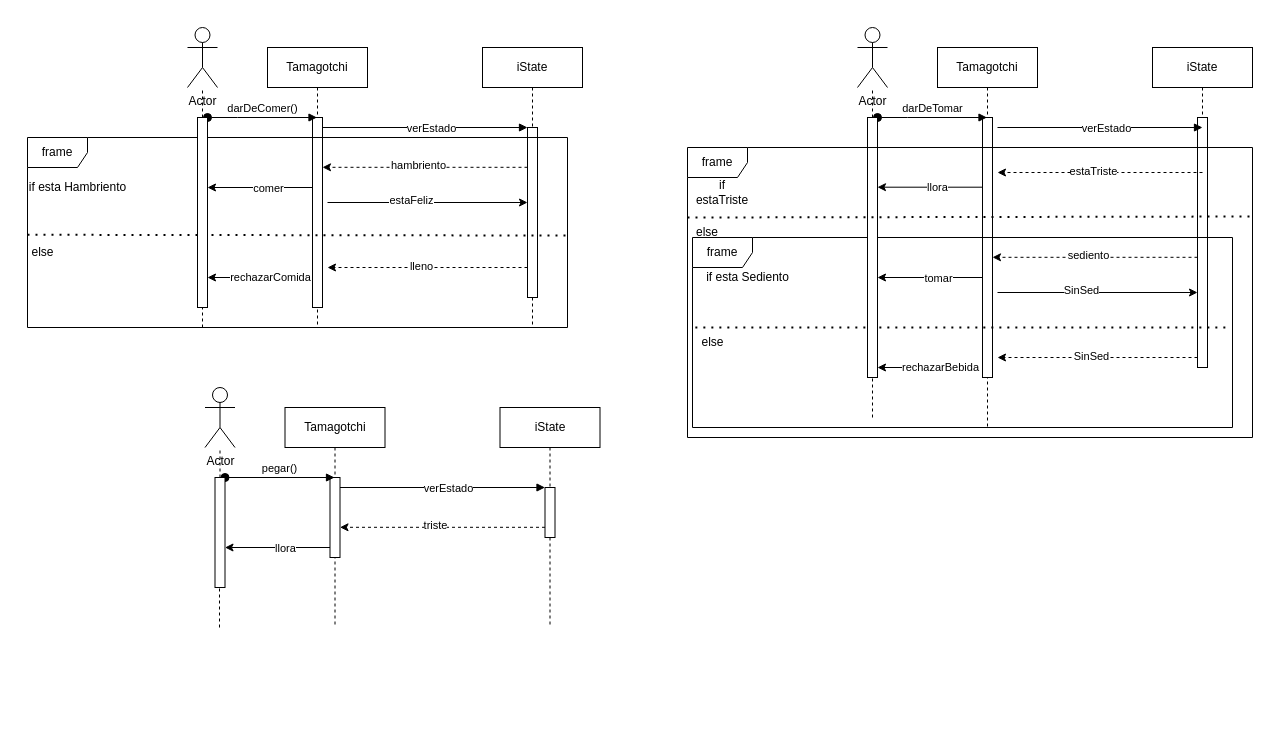
The draw.io diagram tamagotchi.drawio in ilutteri/PR2, before the edit. Source tidied: cells renumbered, new cells numbered last; positions are measured from the earlier drawing's top-left corner, leaving out a move shared by most shapes. Both pictures are drawn from the tidied source at 100%, with x=0, y=0 at pixel (17, 27).
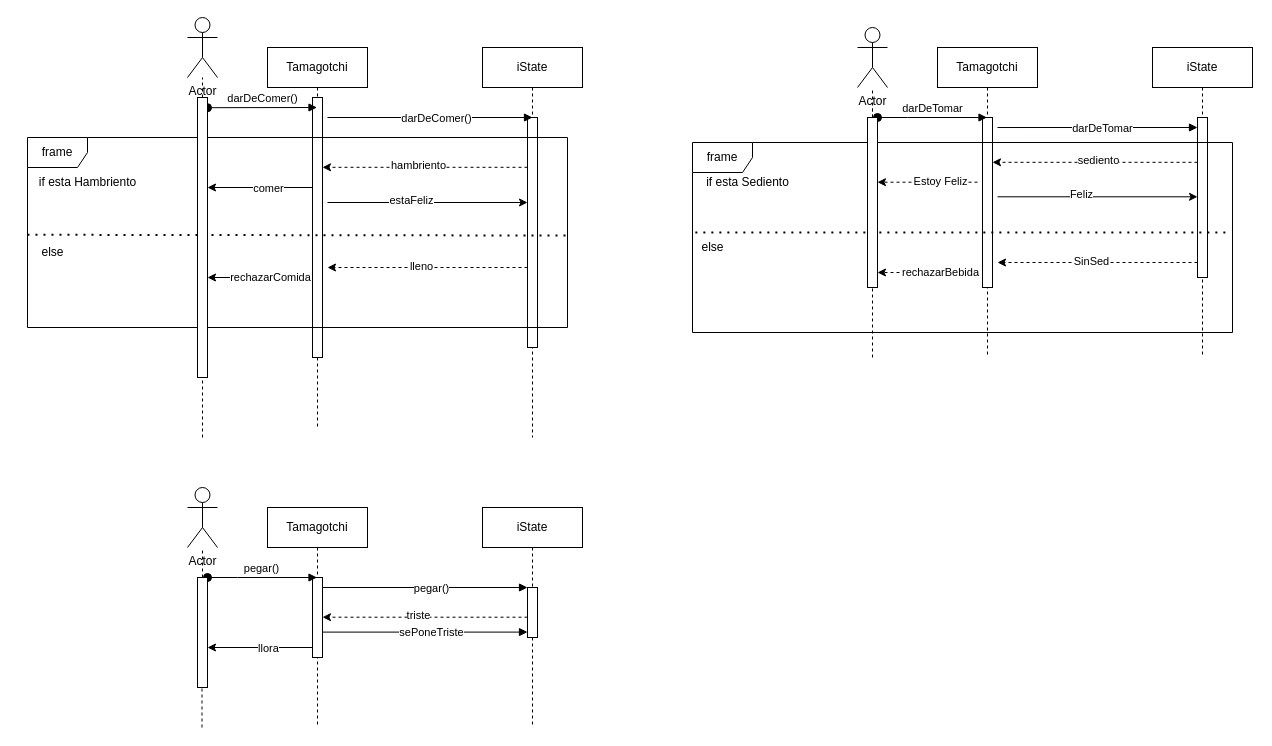
Above is the later version.

Unchanged cells that the change refers to:
```xml
<mxCell id="28" style="html=1;points=[];perimeter=orthogonalPerimeter;outlineConnect=0;targetShapes=umlLifeline;portConstraint=eastwest;newEdgeStyle={&quot;edgeStyle&quot;:&quot;elbowEdgeStyle&quot;,&quot;elbow&quot;:&quot;vertical&quot;,&quot;curved&quot;:0,&quot;rounded&quot;:0};" parent="27" vertex="1">
  <mxGeometry x="45" y="70" width="10" height="80" as="geometry" />
</mxCell>
<mxCell id="30" style="html=1;points=[];perimeter=orthogonalPerimeter;outlineConnect=0;targetShapes=umlLifeline;portConstraint=eastwest;newEdgeStyle={&quot;edgeStyle&quot;:&quot;elbowEdgeStyle&quot;,&quot;elbow&quot;:&quot;vertical&quot;,&quot;curved&quot;:0,&quot;rounded&quot;:0};" parent="29" vertex="1">
  <mxGeometry x="45" y="80" width="10" height="50" as="geometry" />
</mxCell>
```

The edit, as a diff of the source:
```diff
@@
     <mxCell id="2" value="Tamagotchi" style="shape=umlLifeline;perimeter=lifelinePerimeter;whiteSpace=wrap;html=1;outlineConnect=0;portConstraint=eastwest;newEdgeStyle={&quot;edgeStyle&quot;:&quot;elbowEdgeStyle&quot;,&quot;elbow&quot;:&quot;vertical&quot;,&quot;curved&quot;:0,&quot;rounded&quot;:0};" parent="1" vertex="1">
-      <mxGeometry x="250" y="20" width="100" height="280" as="geometry" />
+      <mxGeometry x="250" y="20" width="100" height="380" as="geometry" />
     </mxCell>
     <mxCell id="3" style="html=1;points=[];perimeter=orthogonalPerimeter;outlineConnect=0;targetShapes=umlLifeline;portConstraint=eastwest;newEdgeStyle={&quot;edgeStyle&quot;:&quot;elbowEdgeStyle&quot;,&quot;elbow&quot;:&quot;vertical&quot;,&quot;curved&quot;:0,&quot;rounded&quot;:0};" parent="2" vertex="1">
-      <mxGeometry x="45" y="70" width="10" height="190" as="geometry" />
+      <mxGeometry x="45" y="50" width="10" height="260" as="geometry" />
     </mxCell>
     <mxCell id="4" value="iState" style="shape=umlLifeline;perimeter=lifelinePerimeter;whiteSpace=wrap;html=1;newEdgeStyle={&quot;edgeStyle&quot;:&quot;elbowEdgeStyle&quot;,&quot;elbow&quot;:&quot;vertical&quot;,&quot;curved&quot;:0,&quot;rounded&quot;:0};" parent="1" vertex="1">
-      <mxGeometry x="465" y="20" width="100" height="280" as="geometry" />
+      <mxGeometry x="465" y="20" width="100" height="390" as="geometry" />
     </mxCell>
     <mxCell id="5" style="html=1;points=[];perimeter=orthogonalPerimeter;outlineConnect=0;targetShapes=umlLifeline;portConstraint=eastwest;newEdgeStyle={&quot;edgeStyle&quot;:&quot;elbowEdgeStyle&quot;,&quot;elbow&quot;:&quot;vertical&quot;,&quot;curved&quot;:0,&quot;rounded&quot;:0};" parent="4" vertex="1">
-      <mxGeometry x="45" y="80" width="10" height="170" as="geometry" />
+      <mxGeometry x="45" y="70" width="10" height="230" as="geometry" />
     </mxCell>
-    <mxCell id="6" style="html=1;verticalAlign=bottom;endArrow=block;edgeStyle=elbowEdgeStyle;elbow=vertical;curved=0;rounded=0;" parent="1" edge="1" source="3" target="5">
-      <mxGeometry relative="1" as="geometry">
-        <Array as="points">
-          <mxPoint x="425" y="100" />
-        </Array>
-      </mxGeometry>
-    </mxCell>
-    <mxCell id="7" value="verEstado" style="edgeLabel;html=1;align=center;verticalAlign=middle;" parent="6" vertex="1">
-      <mxGeometry x="0.05" relative="1" as="geometry" />
-    </mxCell>
     <mxCell id="8" value="Actor" style="shape=umlActor;verticalLabelPosition=bottom;verticalAlign=top;html=1;outlineConnect=0;" parent="1" vertex="1">
-      <mxGeometry x="170" width="30" height="60" as="geometry" />
+      <mxGeometry x="170" y="-10" width="30" height="60" as="geometry" />
     </mxCell>
@@
-    <mxCell id="10" value="darDeComer()" style="html=1;verticalAlign=bottom;startArrow=oval;endArrow=block;startSize=8;edgeStyle=elbowEdgeStyle;elbow=vertical;curved=0;rounded=0;" parent="1" edge="1" target="2">
+    <mxCell id="10" value="darDeComer()" style="html=1;verticalAlign=bottom;startArrow=oval;endArrow=block;startSize=8;edgeStyle=elbowEdgeStyle;elbow=vertical;curved=0;rounded=0;" parent="1" edge="1">
       <mxGeometry relative="1" as="geometry">
-        <mxPoint x="190" y="90" as="sourcePoint" />
+        <mxPoint x="190" y="80.2" as="sourcePoint" />
+        <mxPoint x="299.5" y="80" as="targetPoint" />
       </mxGeometry>
     </mxCell>
     <mxCell id="11" value="if esta Hambriento" style="text;html=1;align=center;verticalAlign=middle;strokeColor=none;fillColor=none;" parent="1" vertex="1">
-      <mxGeometry y="145" width="120" height="30" as="geometry" />
+      <mxGeometry x="10" y="140" width="120" height="30" as="geometry" />
     </mxCell>
@@
     <mxCell id="15" value="else" style="text;html=1;align=center;verticalAlign=middle;strokeColor=none;fillColor=none;" parent="1" vertex="1">
-      <mxGeometry y="210" width="50" height="30" as="geometry" />
+      <mxGeometry x="10" y="210" width="50" height="30" as="geometry" />
     </mxCell>
@@
-    <mxCell id="17" style="endArrow=classic;html=1;rounded=0;" parent="1" edge="1" source="3">
+    <mxCell id="17" style="endArrow=classic;html=1;rounded=0;" parent="1" edge="1">
       <mxGeometry relative="1" as="geometry">
+        <mxPoint x="295" y="160" as="sourcePoint" />
         <mxPoint x="190" y="160" as="targetPoint" />
       </mxGeometry>
     </mxCell>
@@
-    <mxCell id="19" style="endArrow=classic;html=1;rounded=0;" parent="1" edge="1" target="5">
+    <mxCell id="19" style="endArrow=classic;html=1;rounded=0;" parent="1" edge="1">
       <mxGeometry relative="1" as="geometry">
         <mxPoint x="310" y="175" as="sourcePoint" />
+        <mxPoint x="510" y="175" as="targetPoint" />
       </mxGeometry>
     </mxCell>
@@
     <mxCell id="21" style="endArrow=classic;html=1;rounded=0;dashed=1;" parent="1" edge="1">
       <mxGeometry relative="1" as="geometry">
         <mxPoint x="510" y="240" as="sourcePoint" />
         <mxPoint x="310" y="240" as="targetPoint" />
+        <Array as="points">
+          <mxPoint x="410" y="240" />
+        </Array>
       </mxGeometry>
     </mxCell>
@@
     <mxCell id="23" style="endArrow=none;dashed=1;html=1;rounded=0;" parent="1" edge="1" target="24">
       <mxGeometry relative="1" as="geometry">
-        <mxPoint x="185" y="300" as="sourcePoint" />
+        <mxPoint x="185" y="410" as="sourcePoint" />
       </mxGeometry>
     </mxCell>
     <mxCell id="24" style="html=1;points=[];perimeter=orthogonalPerimeter;outlineConnect=0;targetShapes=umlLifeline;portConstraint=eastwest;newEdgeStyle={&quot;edgeStyle&quot;:&quot;elbowEdgeStyle&quot;,&quot;elbow&quot;:&quot;vertical&quot;,&quot;curved&quot;:0,&quot;rounded&quot;:0};" parent="1" vertex="1">
-      <mxGeometry x="180" y="90" width="10" height="190" as="geometry" />
+      <mxGeometry x="180" y="70" width="10" height="280" as="geometry" />
     </mxCell>
@@
     <mxCell id="27" value="Tamagotchi" style="shape=umlLifeline;perimeter=lifelinePerimeter;whiteSpace=wrap;html=1;outlineConnect=0;portConstraint=eastwest;newEdgeStyle={&quot;edgeStyle&quot;:&quot;elbowEdgeStyle&quot;,&quot;elbow&quot;:&quot;vertical&quot;,&quot;curved&quot;:0,&quot;rounded&quot;:0};" parent="1" vertex="1">
-      <mxGeometry x="267.5" y="380" width="100" height="220" as="geometry" />
+      <mxGeometry x="250" y="480" width="100" height="220" as="geometry" />
     </mxCell>
@@
     <mxCell id="29" value="iState" style="shape=umlLifeline;perimeter=lifelinePerimeter;whiteSpace=wrap;html=1;newEdgeStyle={&quot;edgeStyle&quot;:&quot;elbowEdgeStyle&quot;,&quot;elbow&quot;:&quot;vertical&quot;,&quot;curved&quot;:0,&quot;rounded&quot;:0};" parent="1" vertex="1">
-      <mxGeometry x="482.5" y="380" width="100" height="220" as="geometry" />
+      <mxGeometry x="465" y="480" width="100" height="220" as="geometry" />
     </mxCell>
@@
     <mxCell id="31" style="html=1;verticalAlign=bottom;endArrow=block;edgeStyle=elbowEdgeStyle;elbow=vertical;curved=0;rounded=0;" parent="1" edge="1" source="28" target="30">
       <mxGeometry relative="1" as="geometry">
         <Array as="points">
-          <mxPoint x="442.5" y="460" />
+          <mxPoint x="425" y="560" />
         </Array>
       </mxGeometry>
     </mxCell>
-    <mxCell id="32" value="verEstado" style="edgeLabel;html=1;align=center;verticalAlign=middle;" parent="31" vertex="1">
+    <mxCell id="32" value="pegar()" style="edgeLabel;html=1;align=center;verticalAlign=middle;" parent="31" vertex="1">
       <mxGeometry x="0.05" relative="1" as="geometry" />
     </mxCell>
     <mxCell id="33" value="Actor" style="shape=umlActor;verticalLabelPosition=bottom;verticalAlign=top;html=1;outlineConnect=0;" parent="1" vertex="1">
-      <mxGeometry x="187.5" y="360" width="30" height="60" as="geometry" />
+      <mxGeometry x="170" y="460" width="30" height="60" as="geometry" />
     </mxCell>
     <mxCell id="34" value="pegar()" style="html=1;verticalAlign=bottom;startArrow=oval;endArrow=block;startSize=8;edgeStyle=elbowEdgeStyle;elbow=vertical;curved=0;rounded=0;" parent="1" edge="1" target="27">
       <mxGeometry x="-0.01" relative="1" as="geometry">
-        <mxPoint x="207.5" y="450" as="sourcePoint" />
+        <mxPoint x="190" y="550" as="sourcePoint" />
       </mxGeometry>
     </mxCell>
     <mxCell id="35" style="endArrow=classic;html=1;rounded=0;dashed=1;" parent="1" edge="1">
       <mxGeometry relative="1" as="geometry">
-        <mxPoint x="527.5" y="499.8" as="sourcePoint" />
-        <mxPoint x="322.5" y="499.8" as="targetPoint" />
+        <mxPoint x="510" y="589.7" as="sourcePoint" />
+        <mxPoint x="305" y="589.7" as="targetPoint" />
       </mxGeometry>
     </mxCell>
@@
-    <mxCell id="37" style="endArrow=none;dashed=1;html=1;rounded=0;" parent="1" edge="1" source="41" target="33">
-      <mxGeometry relative="1" as="geometry" />
+    <mxCell id="37" style="endArrow=none;dashed=1;html=1;rounded=0;" parent="1" edge="1" source="41">
+      <mxGeometry relative="1" as="geometry">
+        <mxPoint x="185" y="520" as="targetPoint" />
+      </mxGeometry>
     </mxCell>
     <mxCell id="38" style="endArrow=classic;html=1;rounded=0;" parent="1" edge="1" source="28">
       <mxGeometry relative="1" as="geometry">
-        <mxPoint x="207.5" y="520" as="targetPoint" />
+        <mxPoint x="190" y="620" as="targetPoint" />
       </mxGeometry>
     </mxCell>
@@
     <mxCell id="40" style="endArrow=none;dashed=1;html=1;rounded=0;" parent="1" edge="1" target="41">
       <mxGeometry relative="1" as="geometry">
-        <mxPoint x="202" y="600" as="sourcePoint" />
+        <mxPoint x="184.5" y="700" as="sourcePoint" />
       </mxGeometry>
     </mxCell>
     <mxCell id="41" style="html=1;points=[];perimeter=orthogonalPerimeter;outlineConnect=0;targetShapes=umlLifeline;portConstraint=eastwest;newEdgeStyle={&quot;edgeStyle&quot;:&quot;elbowEdgeStyle&quot;,&quot;elbow&quot;:&quot;vertical&quot;,&quot;curved&quot;:0,&quot;rounded&quot;:0};" parent="1" vertex="1">
-      <mxGeometry x="197.5" y="450" width="10" height="110" as="geometry" />
+      <mxGeometry x="180" y="550" width="10" height="110" as="geometry" />
     </mxCell>
     <mxCell id="42" value="Tamagotchi" style="shape=umlLifeline;perimeter=lifelinePerimeter;whiteSpace=wrap;html=1;outlineConnect=0;portConstraint=eastwest;newEdgeStyle={&quot;edgeStyle&quot;:&quot;elbowEdgeStyle&quot;,&quot;elbow&quot;:&quot;vertical&quot;,&quot;curved&quot;:0,&quot;rounded&quot;:0};" parent="1" vertex="1">
-      <mxGeometry x="920" y="20" width="100" height="380" as="geometry" />
+      <mxGeometry x="920" y="20" width="100" height="310" as="geometry" />
     </mxCell>
     <mxCell id="43" style="html=1;points=[];perimeter=orthogonalPerimeter;outlineConnect=0;targetShapes=umlLifeline;portConstraint=eastwest;newEdgeStyle={&quot;edgeStyle&quot;:&quot;elbowEdgeStyle&quot;,&quot;elbow&quot;:&quot;vertical&quot;,&quot;curved&quot;:0,&quot;rounded&quot;:0};" parent="42" vertex="1">
-      <mxGeometry x="45" y="70" width="10" height="260" as="geometry" />
+      <mxGeometry x="45" y="70" width="10" height="170" as="geometry" />
     </mxCell>
     <mxCell id="44" value="iState" style="shape=umlLifeline;perimeter=lifelinePerimeter;whiteSpace=wrap;html=1;newEdgeStyle={&quot;edgeStyle&quot;:&quot;elbowEdgeStyle&quot;,&quot;elbow&quot;:&quot;vertical&quot;,&quot;curved&quot;:0,&quot;rounded&quot;:0};" parent="1" vertex="1">
-      <mxGeometry x="1135" y="20" width="100" height="320" as="geometry" />
+      <mxGeometry x="1135" y="20" width="100" height="310" as="geometry" />
     </mxCell>
     <mxCell id="45" style="html=1;points=[];perimeter=orthogonalPerimeter;outlineConnect=0;targetShapes=umlLifeline;portConstraint=eastwest;newEdgeStyle={&quot;edgeStyle&quot;:&quot;elbowEdgeStyle&quot;,&quot;elbow&quot;:&quot;vertical&quot;,&quot;curved&quot;:0,&quot;rounded&quot;:0};" parent="44" vertex="1">
-      <mxGeometry x="45" y="70" width="10" height="250" as="geometry" />
+      <mxGeometry x="45" y="70" width="10" height="160" as="geometry" />
     </mxCell>
-    <mxCell id="46" style="html=1;verticalAlign=bottom;endArrow=block;edgeStyle=elbowEdgeStyle;elbow=vertical;curved=0;rounded=0;" parent="1" edge="1">
+    <mxCell id="46" style="html=1;verticalAlign=bottom;endArrow=block;edgeStyle=elbowEdgeStyle;elbow=vertical;curved=0;rounded=0;exitX=1.5;exitY=0.059;exitDx=0;exitDy=0;exitPerimeter=0;" parent="1" edge="1" source="43" target="45">
       <mxGeometry relative="1" as="geometry">
-        <mxPoint x="980" y="100" as="sourcePoint" />
-        <mxPoint x="1185" y="100" as="targetPoint" />
         <Array as="points">
           <mxPoint x="1100" y="100" />
         </Array>
       </mxGeometry>
     </mxCell>
-    <mxCell id="47" value="verEstado" style="edgeLabel;html=1;align=center;verticalAlign=middle;" parent="46" vertex="1">
+    <mxCell id="47" value="darDeTomar" style="edgeLabel;html=1;align=center;verticalAlign=middle;" parent="46" vertex="1">
       <mxGeometry x="0.05" relative="1" as="geometry" />
     </mxCell>
@@
     <mxCell id="49" value="frame" style="shape=umlFrame;whiteSpace=wrap;html=1;" parent="1" vertex="1">
-      <mxGeometry x="675" y="210" width="540" height="190" as="geometry" />
+      <mxGeometry x="675" y="115" width="540" height="190" as="geometry" />
     </mxCell>
@@
     <mxCell id="51" value="if esta Sediento" style="text;html=1;align=center;verticalAlign=middle;strokeColor=none;fillColor=none;" parent="1" vertex="1">
-      <mxGeometry x="675" y="235" width="110" height="30" as="geometry" />
+      <mxGeometry x="675" y="140" width="110" height="30" as="geometry" />
     </mxCell>
     <mxCell id="52" style="endArrow=classic;html=1;rounded=0;dashed=1;" parent="1" edge="1">
       <mxGeometry relative="1" as="geometry">
-        <mxPoint x="1180" y="229.8" as="sourcePoint" />
-        <mxPoint x="975" y="229.8" as="targetPoint" />
+        <mxPoint x="1180" y="134.8" as="sourcePoint" />
+        <mxPoint x="975" y="134.8" as="targetPoint" />
       </mxGeometry>
     </mxCell>
     <mxCell id="53" value="sediento" style="edgeLabel;html=1;align=center;verticalAlign=middle;" parent="52" vertex="1">
-      <mxGeometry x="0.07" y="-2" relative="1" as="geometry" />
+      <mxGeometry x="0.07" y="-2" relative="1" as="geometry">
+        <mxPoint x="10" as="offset" />
+      </mxGeometry>
     </mxCell>
     <mxCell id="54" style="endArrow=none;dashed=1;html=1;dashPattern=1 3;strokeWidth=2;rounded=0;exitX=0.157;exitY=0.004;exitDx=0;exitDy=0;exitPerimeter=0;" parent="1" edge="1" source="55">
       <mxGeometry relative="1" as="geometry">
-        <mxPoint x="1210" y="300" as="targetPoint" />
+        <mxPoint x="1210" y="205" as="targetPoint" />
       </mxGeometry>
     </mxCell>
     <mxCell id="55" value="else" style="text;html=1;align=center;verticalAlign=middle;points=[];strokeColor=none;fillColor=none;" parent="1" vertex="1">
-      <mxGeometry x="670" y="300" width="50" height="30" as="geometry" />
+      <mxGeometry x="670" y="205" width="50" height="30" as="geometry" />
     </mxCell>
@@
-    <mxCell id="57" style="endArrow=classic;html=1;rounded=0;" parent="1" edge="1">
-      <mxGeometry relative="1" as="geometry">
-        <mxPoint x="965" y="250" as="sourcePoint" />
-        <mxPoint x="860" y="250" as="targetPoint" />
-      </mxGeometry>
-    </mxCell>
-    <mxCell id="58" value="tomar" style="edgeLabel;html=1;align=center;verticalAlign=middle;" parent="57" vertex="1">
-      <mxGeometry x="-0.14" relative="1" as="geometry" />
-    </mxCell>
     <mxCell id="59" style="endArrow=classic;html=1;rounded=0;" parent="1" edge="1">
       <mxGeometry relative="1" as="geometry">
-        <mxPoint x="980" y="265" as="sourcePoint" />
-        <mxPoint x="1180" y="265" as="targetPoint" />
+        <mxPoint x="980" y="169.3" as="sourcePoint" />
+        <mxPoint x="1180" y="169.3" as="targetPoint" />
       </mxGeometry>
     </mxCell>
-    <mxCell id="60" value="SinSed" style="edgeLabel;html=1;align=center;verticalAlign=middle;" parent="59" vertex="1">
+    <mxCell id="60" value="Feliz" style="edgeLabel;html=1;align=center;verticalAlign=middle;" parent="59" vertex="1">
       <mxGeometry x="-0.17" y="3" relative="1" as="geometry" />
     </mxCell>
     <mxCell id="61" style="endArrow=classic;html=1;rounded=0;dashed=1;" parent="1" edge="1">
       <mxGeometry relative="1" as="geometry">
-        <mxPoint x="1180" y="330" as="sourcePoint" />
-        <mxPoint x="980" y="330" as="targetPoint" />
+        <mxPoint x="1180" y="235" as="sourcePoint" />
+        <mxPoint x="980" y="235" as="targetPoint" />
       </mxGeometry>
     </mxCell>
@@
-    <mxCell id="63" style="endArrow=none;dashed=1;html=1;rounded=0;" parent="1" edge="1" target="64">
+    <mxCell id="63" style="endArrow=none;dashed=1;html=1;rounded=0;" parent="1" edge="1">
       <mxGeometry relative="1" as="geometry">
-        <mxPoint x="855" y="390" as="sourcePoint" />
+        <mxPoint x="855" y="330" as="sourcePoint" />
+        <mxPoint x="855" y="80" as="targetPoint" />
       </mxGeometry>
     </mxCell>
     <mxCell id="64" style="html=1;points=[];perimeter=orthogonalPerimeter;outlineConnect=0;targetShapes=umlLifeline;portConstraint=eastwest;newEdgeStyle={&quot;edgeStyle&quot;:&quot;elbowEdgeStyle&quot;,&quot;elbow&quot;:&quot;vertical&quot;,&quot;curved&quot;:0,&quot;rounded&quot;:0};" parent="1" vertex="1">
-      <mxGeometry x="850" y="90" width="10" height="260" as="geometry" />
+      <mxGeometry x="850" y="90" width="10" height="170" as="geometry" />
     </mxCell>
-    <mxCell id="65" style="endArrow=classic;html=1;rounded=0;" parent="1" edge="1">
+    <mxCell id="65" style="endArrow=classic;html=1;rounded=0;dashed=1;" parent="1" edge="1">
       <mxGeometry relative="1" as="geometry">
-        <mxPoint x="960" y="340" as="sourcePoint" />
-        <mxPoint x="860" y="340" as="targetPoint" />
+        <mxPoint x="960" y="245" as="sourcePoint" />
+        <mxPoint x="860" y="245" as="targetPoint" />
       </mxGeometry>
     </mxCell>
@@
-    <mxCell id="67" value="frame" style="shape=umlFrame;whiteSpace=wrap;html=1;" parent="1" vertex="1">
-      <mxGeometry x="670" y="120" width="565" height="290" as="geometry" />
-    </mxCell>
-    <mxCell id="68" value="if estaTriste" style="text;html=1;align=center;verticalAlign=middle;whiteSpace=wrap;rounded=0;" parent="1" vertex="1">
-      <mxGeometry x="675" y="150" width="60" height="30" as="geometry" />
-    </mxCell>
-    <mxCell id="69" style="endArrow=classic;html=1;rounded=0;dashed=1;" parent="1" edge="1">
-      <mxGeometry relative="1" as="geometry">
-        <mxPoint x="1185" y="145" as="sourcePoint" />
-        <mxPoint x="980" y="145" as="targetPoint" />
-      </mxGeometry>
-    </mxCell>
-    <mxCell id="70" value="estaTriste" style="edgeLabel;html=1;align=center;verticalAlign=middle;" parent="69" vertex="1">
-      <mxGeometry x="0.07" y="-2" relative="1" as="geometry" />
-    </mxCell>
-    <mxCell id="71" style="endArrow=classic;html=1;rounded=0;" parent="1" edge="1">
-      <mxGeometry relative="1" as="geometry">
-        <mxPoint x="964.5" y="159.7" as="sourcePoint" />
-        <mxPoint x="860" y="159.7" as="targetPoint" />
-      </mxGeometry>
-    </mxCell>
-    <mxCell id="72" value="llora" style="edgeLabel;html=1;align=center;verticalAlign=middle;" parent="71" vertex="1">
-      <mxGeometry x="-0.14" relative="1" as="geometry" />
-    </mxCell>
-    <mxCell id="73" value="else" style="text;html=1;align=center;verticalAlign=middle;whiteSpace=wrap;rounded=0;" parent="1" vertex="1">
-      <mxGeometry x="660" y="190" width="60" height="30" as="geometry" />
-    </mxCell>
-    <mxCell id="74" style="endArrow=none;dashed=1;html=1;dashPattern=1 3;strokeWidth=2;rounded=0;exitX=0.157;exitY=0.004;exitDx=0;exitDy=0;exitPerimeter=0;entryX=1.001;entryY=0.238;entryDx=0;entryDy=0;entryPerimeter=0;" parent="1" edge="1" target="67">
-      <mxGeometry relative="1" as="geometry">
-        <mxPoint x="670" y="190" as="sourcePoint" />
-      </mxGeometry>
-    </mxCell>
+    <mxCell id="75" style="html=1;verticalAlign=bottom;endArrow=block;edgeStyle=elbowEdgeStyle;elbow=vertical;curved=0;rounded=0;" parent="1" edge="1">
+      <mxGeometry relative="1" as="geometry">
+        <mxPoint x="310" y="90" as="sourcePoint" />
+        <mxPoint x="515" y="90" as="targetPoint" />
+        <Array as="points">
+          <mxPoint x="430" y="90" />
+        </Array>
+      </mxGeometry>
+    </mxCell>
+    <mxCell id="76" value="darDeComer()" style="edgeLabel;html=1;align=center;verticalAlign=middle;" parent="75" vertex="1">
+      <mxGeometry x="0.05" relative="1" as="geometry" />
+    </mxCell>
+    <mxCell id="77" style="endArrow=classic;html=1;rounded=0;dashed=1;" parent="1" edge="1">
+      <mxGeometry relative="1" as="geometry">
+        <mxPoint x="960" y="154.7" as="sourcePoint" />
+        <mxPoint x="860" y="154.7" as="targetPoint" />
+      </mxGeometry>
+    </mxCell>
+    <mxCell id="78" value="Estoy Feliz" style="edgeLabel;html=1;align=center;verticalAlign=middle;" parent="77" vertex="1">
+      <mxGeometry x="-0.25" y="-1" relative="1" as="geometry" />
+    </mxCell>
+    <mxCell id="79" style="html=1;verticalAlign=bottom;endArrow=block;edgeStyle=elbowEdgeStyle;elbow=vertical;curved=0;rounded=0;" parent="1" edge="1">
+      <mxGeometry relative="1" as="geometry">
+        <mxPoint x="305" y="604.6" as="sourcePoint" />
+        <mxPoint x="510" y="604.6" as="targetPoint" />
+        <Array as="points">
+          <mxPoint x="420" y="604.6" />
+        </Array>
+      </mxGeometry>
+    </mxCell>
+    <mxCell id="80" value="sePoneTriste" style="edgeLabel;html=1;align=center;verticalAlign=middle;" parent="79" vertex="1">
+      <mxGeometry x="0.05" relative="1" as="geometry" />
+    </mxCell>
```
